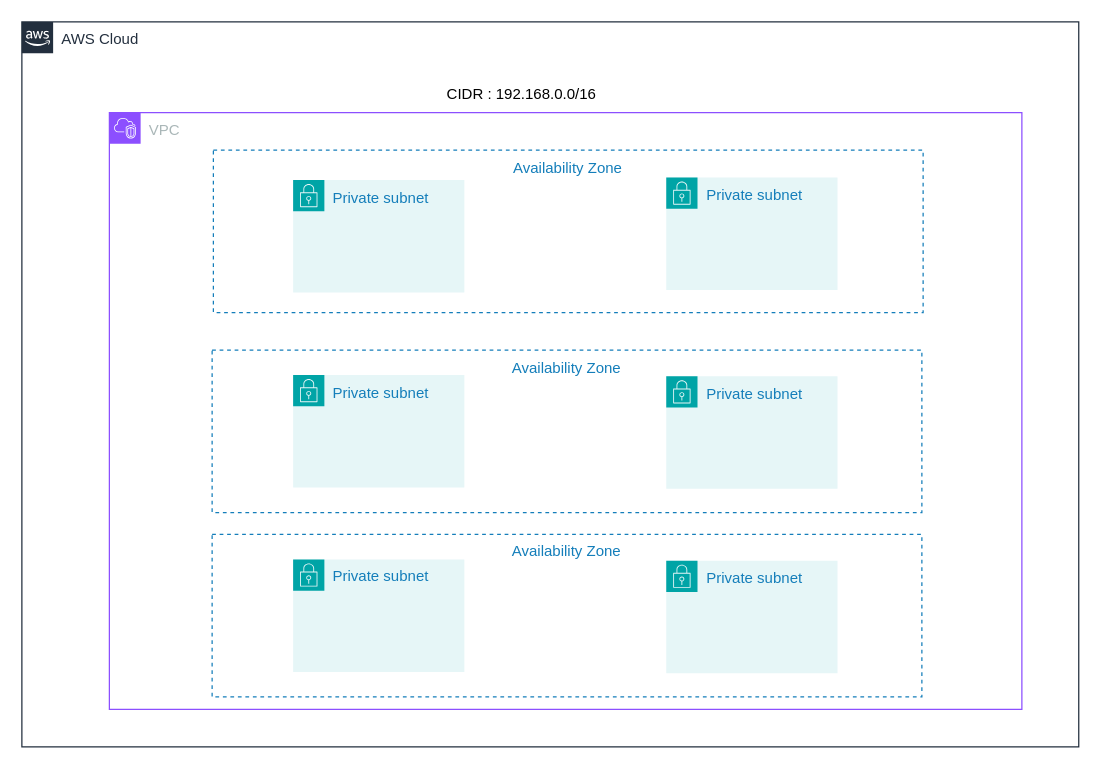
flipChandler/beerstore-in-aws keeps this draw.io diagram as beer-store-cloud.drawio. Above is the earlier version. Source tidied: cells renumbered, new cells numbered last; positions are measured from the earlier drawing's top-left corner, leaving out a move shared by most shapes. Both pictures are drawn from the tidied source at 125%, with x=0, y=0 at pixel (21, 21).
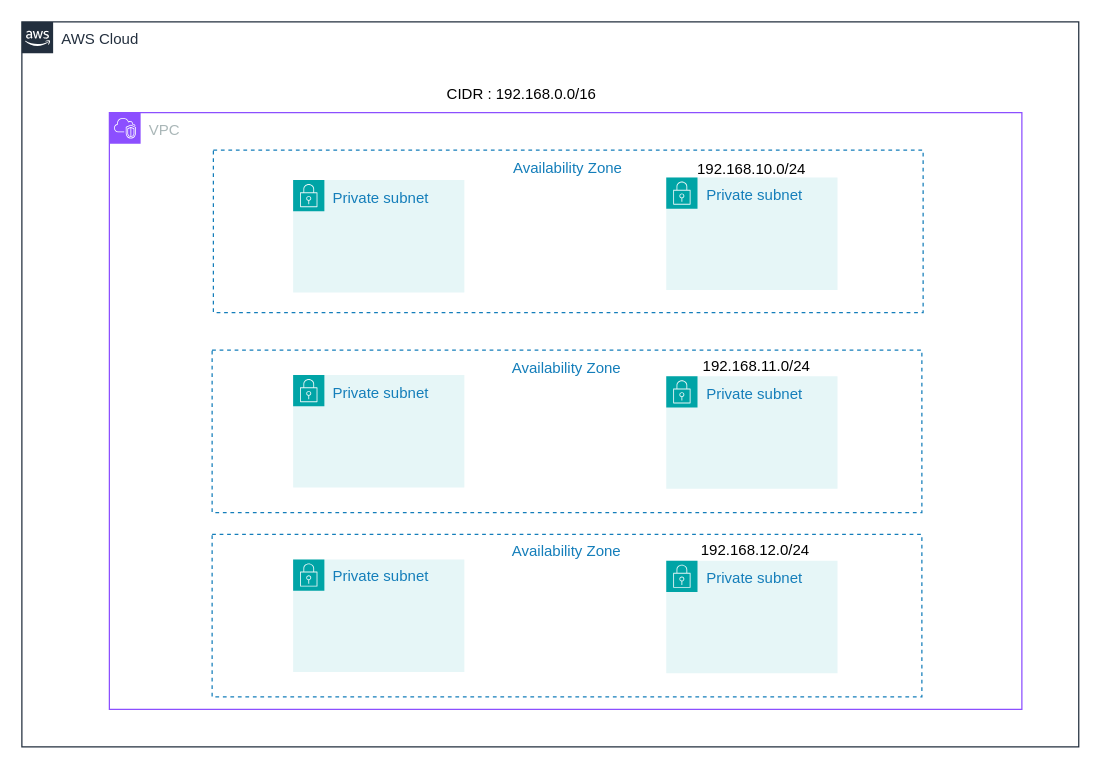
After the change.

The change refers to these unchanged cells:
```xml
<mxCell id="7" value="VPC" style="gradientColor=none;html=1;whiteSpace=wrap;fontSize=12;fontStyle=0;shape=mxgraph.aws4.group;grIcon=mxgraph.aws4.group_vpc2;strokeColor=#8C4FFF;fillColor=none;verticalAlign=top;align=left;spacingLeft=30;fontColor=#AAB7B8;dashed=0;" parent="6" vertex="1">
  <mxGeometry x="70" y="72.5" width="730" height="477.5" as="geometry" />
</mxCell>
```

Diff of the diagram source:
```diff
@@
+    <mxCell id="17" value="Private subnet" style="gradientColor=none;html=1;whiteSpace=wrap;fontSize=12;fontStyle=0;shape=mxgraph.aws4.group;grIcon=mxgraph.aws4.group_security_group;grStroke=0;strokeColor=#00A4A6;fillColor=#E6F6F7;verticalAlign=top;align=left;spacingLeft=30;fontColor=#147EBA;dashed=0;" parent="1" vertex="1">
+      <mxGeometry x="515.5" y="124.5" width="137" height="90" as="geometry" />
+    </mxCell>
@@
+    <mxCell id="18" value="192.168.10.0/24" style="text;html=1;align=center;verticalAlign=middle;whiteSpace=wrap;rounded=0;" parent="7" vertex="1">
+      <mxGeometry x="414" y="30" width="200" height="30" as="geometry" />
+    </mxCell>
@@
-    <mxCell id="17" value="Private subnet" style="gradientColor=none;html=1;whiteSpace=wrap;fontSize=12;fontStyle=0;shape=mxgraph.aws4.group;grIcon=mxgraph.aws4.group_security_group;grStroke=0;strokeColor=#00A4A6;fillColor=#E6F6F7;verticalAlign=top;align=left;spacingLeft=30;fontColor=#147EBA;dashed=0;" parent="1" vertex="1">
-      <mxGeometry x="515.5" y="124.5" width="137" height="90" as="geometry" />
-    </mxCell>
+    <mxCell id="19" value="192.168.11.0/24" style="text;html=1;align=center;verticalAlign=middle;whiteSpace=wrap;rounded=0;" parent="1" vertex="1">
+      <mxGeometry x="488" y="260.5" width="200" height="30" as="geometry" />
+    </mxCell>
+    <mxCell id="20" value="192.168.12.0/24" style="text;html=1;align=center;verticalAlign=middle;whiteSpace=wrap;rounded=0;" parent="1" vertex="1">
+      <mxGeometry x="487" y="407.5" width="200" height="30" as="geometry" />
+    </mxCell>
```
